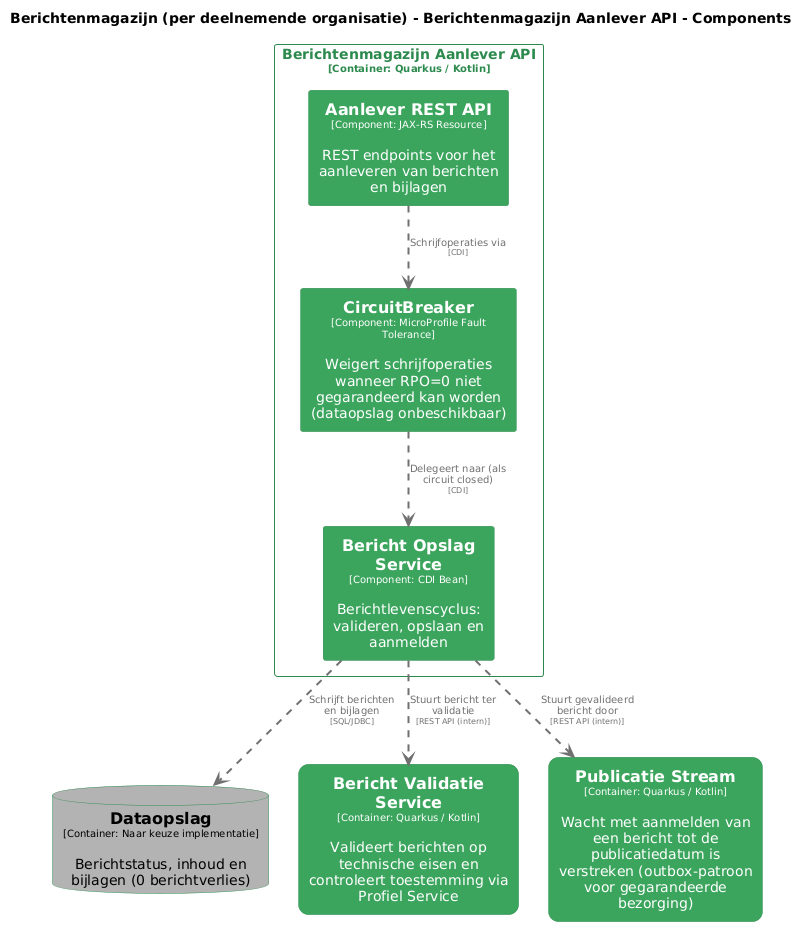
Above: pr-preview/pr-22/master/png/AanleverAPIComponenten.png in MinBZK/moza-poc-fbs-berichtenbox (PlantUML), before the change.
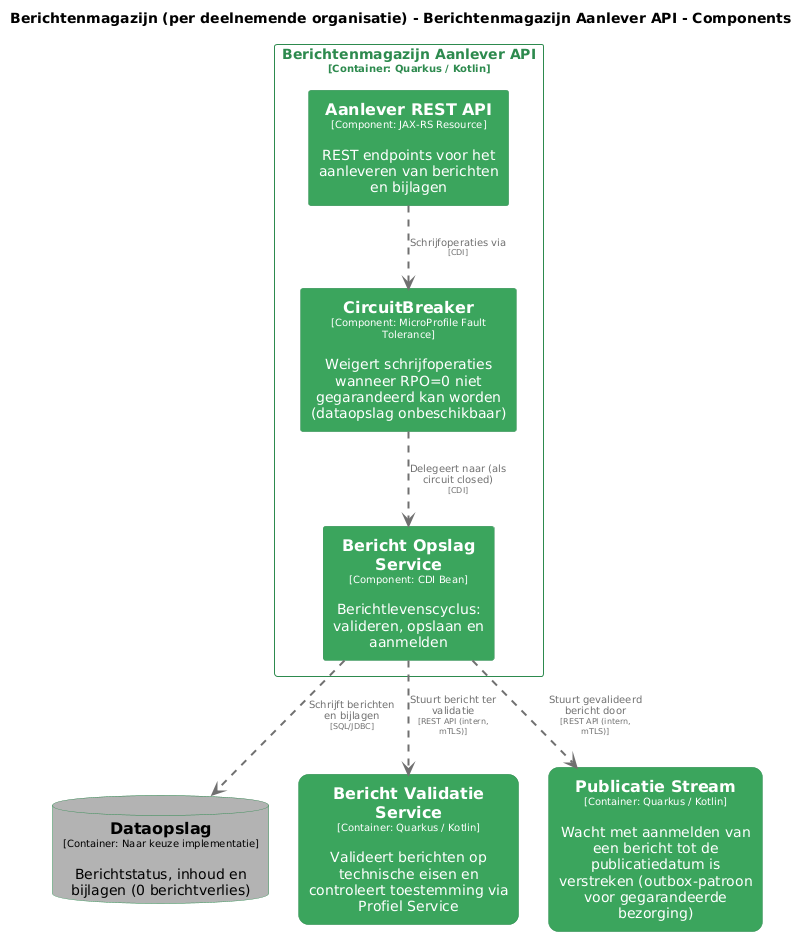
Above is the later version.

What changed in the source:
```diff
@@ -72,6 +72,6 @@
 Berichtenmagazijnperdeelnemendeorganisatie.BerichtenmagazijnAanleverAPI.AanleverRESTAPI .[#707070,thickness=2].> Berichtenmagazijnperdeelnemendeorganisatie.BerichtenmagazijnAanleverAPI.CircuitBreaker : "<color:#707070>Schrijfoperaties via\n<color:#707070><size:8>[CDI]</size>"
 Berichtenmagazijnperdeelnemendeorganisatie.BerichtenmagazijnAanleverAPI.CircuitBreaker .[#707070,thickness=2].> Berichtenmagazijnperdeelnemendeorganisatie.BerichtenmagazijnAanleverAPI.BerichtOpslagService : "<color:#707070>Delegeert naar (als circuit closed)\n<color:#707070><size:8>[CDI]</size>"
 Berichtenmagazijnperdeelnemendeorganisatie.BerichtenmagazijnAanleverAPI.BerichtOpslagService .[#707070,thickness=2].> Berichtenmagazijnperdeelnemendeorganisatie.Dataopslag : "<color:#707070>Schrijft berichten en bijlagen\n<color:#707070><size:8>[SQL/JDBC]</size>"
-Berichtenmagazijnperdeelnemendeorganisatie.BerichtenmagazijnAanleverAPI.BerichtOpslagService .[#707070,thickness=2].> Berichtenmagazijnperdeelnemendeorganisatie.BerichtValidatieService : "<color:#707070>Stuurt bericht ter validatie\n<color:#707070><size:8>[REST API (intern)]</size>"
-Berichtenmagazijnperdeelnemendeorganisatie.BerichtenmagazijnAanleverAPI.BerichtOpslagService .[#707070,thickness=2].> Berichtenmagazijnperdeelnemendeorganisatie.PublicatieStream : "<color:#707070>Stuurt gevalideerd bericht door\n<color:#707070><size:8>[REST API (intern)]</size>"
+Berichtenmagazijnperdeelnemendeorganisatie.BerichtenmagazijnAanleverAPI.BerichtOpslagService .[#707070,thickness=2].> Berichtenmagazijnperdeelnemendeorganisatie.BerichtValidatieService : "<color:#707070>Stuurt bericht ter validatie\n<color:#707070><size:8>[REST API (intern, mTLS)]</size>"
+Berichtenmagazijnperdeelnemendeorganisatie.BerichtenmagazijnAanleverAPI.BerichtOpslagService .[#707070,thickness=2].> Berichtenmagazijnperdeelnemendeorganisatie.PublicatieStream : "<color:#707070>Stuurt gevalideerd bericht door\n<color:#707070><size:8>[REST API (intern, mTLS)]</size>"
 @enduml
```
